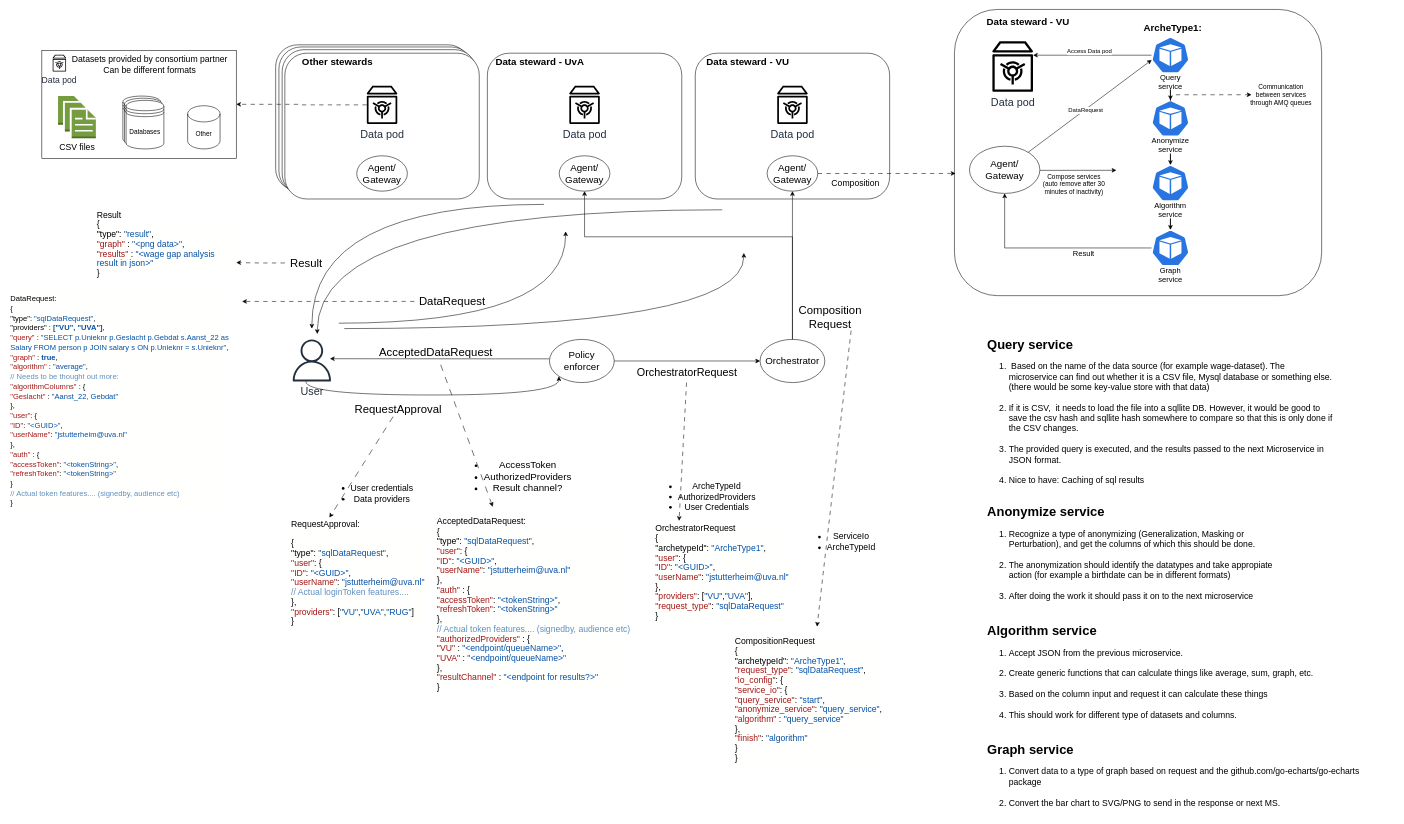
This is docs/drawio/system/System-detail-two.drawio from Jorrit05/DYNAMOS, a draw.io file, before an edit. Source tidied: cells renumbered, new cells numbered last; positions are measured from the earlier drawing's top-left corner, leaving out a move shared by most shapes. Both pictures are drawn from the tidied source at 54%, with x=0, y=0 at pixel (9, 9).
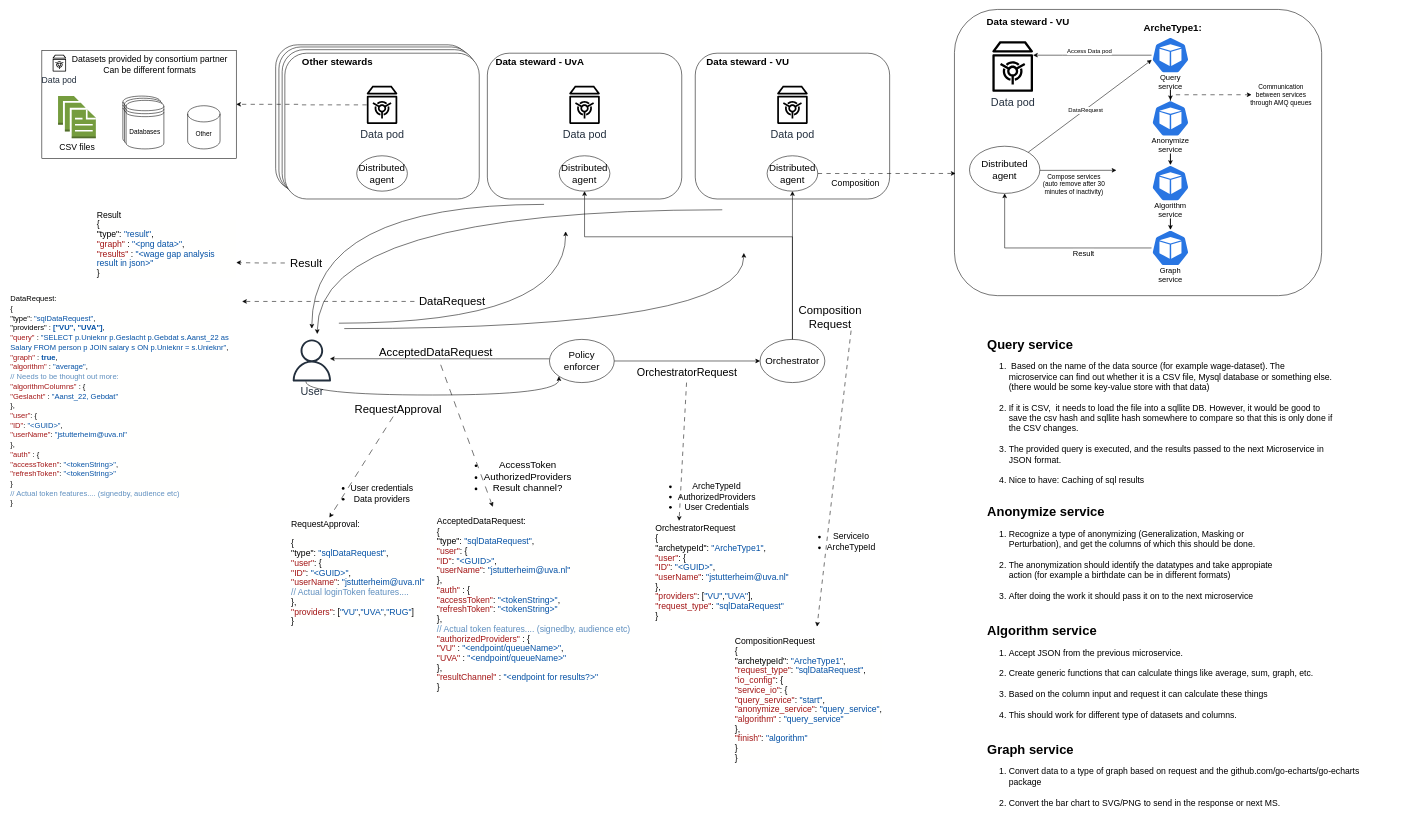
After the change.

The change refers to these unchanged cells:
```xml
<mxCell id="21" style="group;" parent="1" vertex="1">
  <mxGeometry x="885" y="81" width="360" height="270" as="geometry" />
</mxCell>
<mxCell id="26" style="group;" parent="1" vertex="1">
  <mxGeometry x="1270" y="81" width="366.9" height="270" as="geometry" />
</mxCell>
<mxCell id="32" style="group;" parent="1" vertex="1">
  <mxGeometry x="510" y="81" width="360" height="270" as="geometry" />
</mxCell>
<mxCell id="56" style="group;" parent="1" vertex="1">
  <mxGeometry x="1750" width="700" height="530" as="geometry" />
</mxCell>
```

What changed in the source:
```diff
@@
-    <mxCell id="25" value="&lt;font style=&quot;font-size: 18px;&quot;&gt;Agent/&lt;br&gt;Gateway&lt;br&gt;&lt;/font&gt;" style="ellipse;whiteSpace=wrap;html=1;fontSize=18;" parent="21" vertex="1">
+    <mxCell id="25" value="&lt;font style=&quot;font-size: 18px;&quot;&gt;Distributed agent&lt;br&gt;&lt;/font&gt;" style="ellipse;whiteSpace=wrap;html=1;fontSize=18;" parent="21" vertex="1">
       <mxGeometry x="133.1" y="190" width="93.8" height="65.5" as="geometry" />
     </mxCell>
@@
-    <mxCell id="30" value="&lt;font style=&quot;font-size: 18px;&quot;&gt;Agent/&lt;br&gt;Gateway&lt;br&gt;&lt;/font&gt;" style="ellipse;whiteSpace=wrap;html=1;fontSize=18;" parent="26" vertex="1">
+    <mxCell id="30" value="&lt;font style=&quot;font-size: 18px;&quot;&gt;Distributed agent&lt;br&gt;&lt;/font&gt;" style="ellipse;whiteSpace=wrap;html=1;fontSize=18;" parent="26" vertex="1">
       <mxGeometry x="133.1" y="190" width="93.8" height="65.5" as="geometry" />
     </mxCell>
@@
-    <mxCell id="39" value="&lt;font style=&quot;font-size: 18px;&quot;&gt;Agent/&lt;br&gt;Gateway&lt;br&gt;&lt;/font&gt;" style="ellipse;whiteSpace=wrap;html=1;fontSize=18;" parent="32" vertex="1">
+    <mxCell id="39" value="&lt;font style=&quot;font-size: 18px;&quot;&gt;Distributed agent&lt;br&gt;&lt;/font&gt;" style="ellipse;whiteSpace=wrap;html=1;fontSize=18;" parent="32" vertex="1">
       <mxGeometry x="133.1" y="190" width="93.8" height="65.5" as="geometry" />
     </mxCell>
@@
-    <mxCell id="64" value="&lt;font style=&quot;font-size: 18px;&quot;&gt;Agent/&lt;br&gt;Gateway&lt;br&gt;&lt;/font&gt;" style="ellipse;whiteSpace=wrap;html=1;fontSize=18;" parent="56" vertex="1">
+    <mxCell id="64" value="&lt;font style=&quot;font-size: 18px;&quot;&gt;Distributed agent&lt;br&gt;&lt;/font&gt;" style="ellipse;whiteSpace=wrap;html=1;fontSize=18;" parent="56" vertex="1">
       <mxGeometry x="27.8" y="253.3" width="130.4" height="87.4" as="geometry" />
     </mxCell>
```
